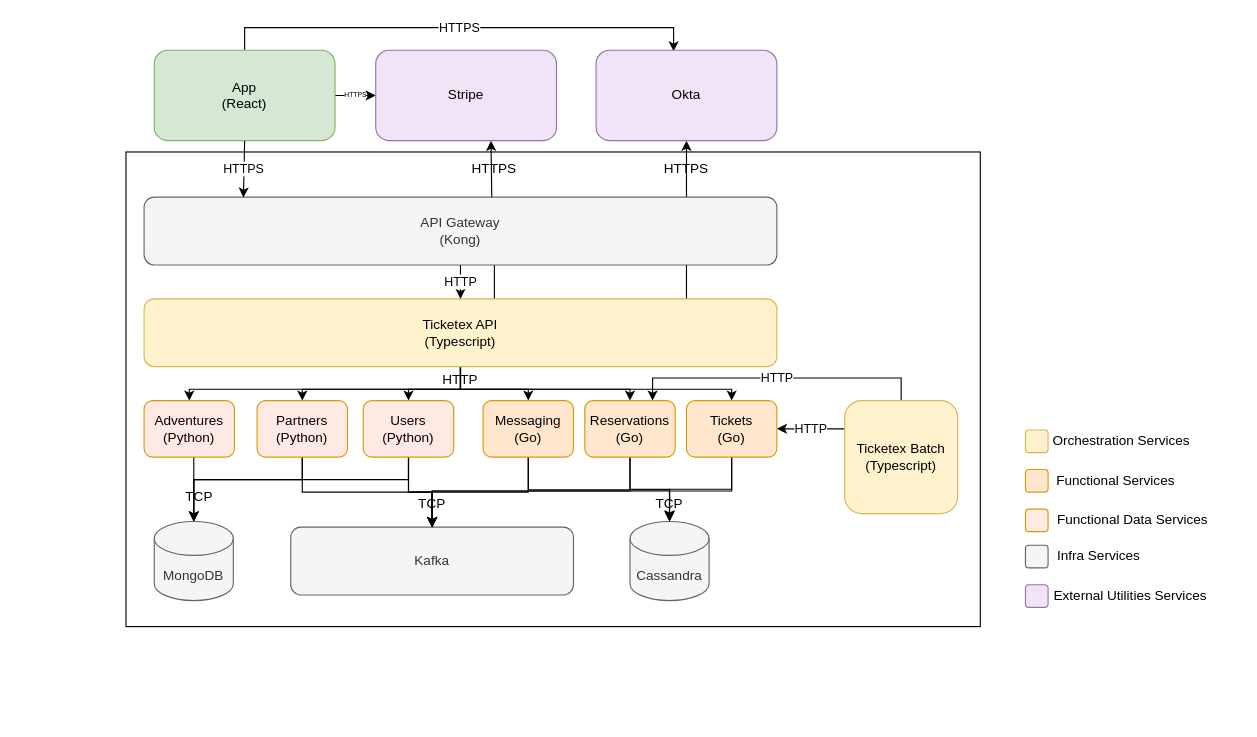
The draw.io diagram page "Arch (Low)" (3 of 4) of docs/arch.drawio in andrescosta/ticketex, before the edit. Source tidied: cells renumbered, new cells numbered last; positions are measured from the earlier drawing's top-left corner, leaving out a move shared by most shapes. Both pictures are drawn from the tidied source at 113%, with x=0, y=0 at pixel (125, 27).
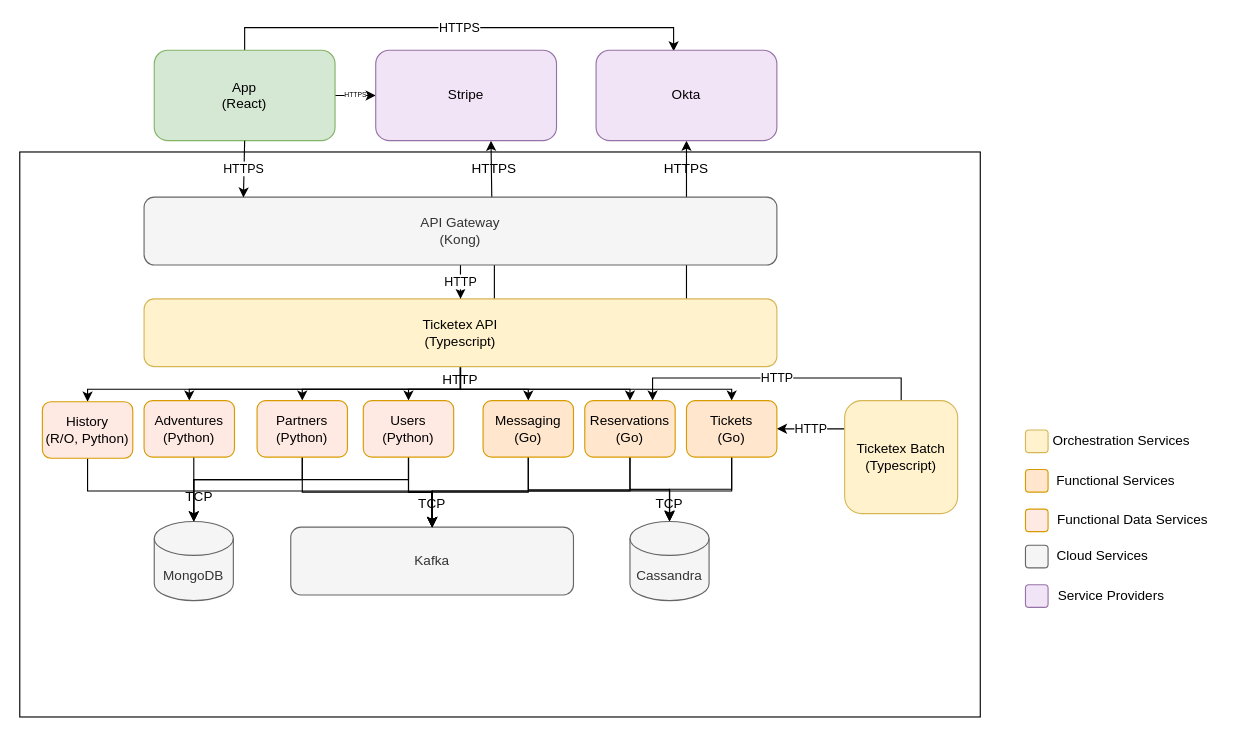
Above is the later version.

Unchanged cells that the change refers to:
```xml
<mxCell id="12" value="Kafka" style="rounded=1;whiteSpace=wrap;html=1;fillColor=#f5f5f5;strokeColor=#666666;fontColor=#333333;" parent="1" vertex="1">
  <mxGeometry x="145.8" y="442" width="250.2" height="60" as="geometry" />
</mxCell>
<mxCell id="58" style="group;" parent="1" vertex="1">
  <mxGeometry x="796" y="456" width="173" height="30" as="geometry" />
</mxCell>
```

Diff of the diagram source:
```diff
@@
     <mxCell id="2" style="rounded=0;whiteSpace=wrap;html=1;" parent="1" vertex="1">
-      <mxGeometry y="110" width="756" height="420" as="geometry" />
+      <mxGeometry x="-94" y="110" width="850" height="500" as="geometry" />
     </mxCell>
@@
+    <mxCell id="67" style="edgeStyle=orthogonalEdgeStyle;rounded=0;jettySize=auto;html=1;" parent="1" edge="1" target="69">
+      <mxGeometry relative="1" as="geometry">
+        <mxPoint x="296" y="299" as="sourcePoint" />
+        <Array as="points">
+          <mxPoint x="296" y="320" />
+          <mxPoint x="-34" y="320" />
+        </Array>
+      </mxGeometry>
+    </mxCell>
@@
-    <mxCell id="55" style="group;" parent="1" vertex="1">
-      <mxGeometry x="796" y="421" width="120" height="30" as="geometry" />
-    </mxCell>
-    <mxCell id="56" style="rounded=1;whiteSpace=wrap;html=1;fillColor=#f5f5f5;strokeColor=#666666;fontColor=#333333;" parent="55" vertex="1">
-      <mxGeometry y="37" width="20" height="20" as="geometry" />
-    </mxCell>
-    <mxCell id="57" value="Infra Services" style="text;html=1;strokeColor=none;fillColor=none;align=center;verticalAlign=middle;whiteSpace=wrap;rounded=0;" parent="55" vertex="1">
-      <mxGeometry x="10" y="32" width="110" height="30" as="geometry" />
-    </mxCell>
@@
-    <mxCell id="60" value="External Utilities Services" style="text;html=1;strokeColor=none;fillColor=none;align=center;verticalAlign=middle;whiteSpace=wrap;rounded=0;" parent="58" vertex="1">
-      <mxGeometry x="13" y="32" width="160" height="30" as="geometry" />
+    <mxCell id="60" value="Service Providers" style="text;html=1;strokeColor=none;fillColor=none;align=left;verticalAlign=middle;whiteSpace=wrap;rounded=0;" parent="58" vertex="1">
+      <mxGeometry x="27" y="32" width="160" height="30" as="geometry" />
     </mxCell>
@@
+    <mxCell id="56" style="rounded=1;whiteSpace=wrap;html=1;fillColor=#f5f5f5;strokeColor=#666666;fontColor=#333333;" parent="1" vertex="1">
+      <mxGeometry x="796" y="458" width="20" height="20" as="geometry" />
+    </mxCell>
+    <mxCell id="57" value="Cloud Services" style="text;html=1;strokeColor=none;fillColor=none;align=left;verticalAlign=middle;whiteSpace=wrap;rounded=0;" parent="1" vertex="1">
+      <mxGeometry x="822" y="453" width="110" height="30" as="geometry" />
+    </mxCell>
+    <mxCell id="68" style="edgeStyle=orthogonalEdgeStyle;rounded=0;jettySize=auto;html=1;" parent="1" edge="1" source="69" target="12">
+      <mxGeometry relative="1" as="geometry">
+        <Array as="points">
+          <mxPoint x="-34" y="410" />
+          <mxPoint x="271" y="410" />
+        </Array>
+      </mxGeometry>
+    </mxCell>
+    <mxCell id="69" value="History&lt;br&gt;(R/O, Python)" style="rounded=1;whiteSpace=wrap;html=1;fillColor=#FFE9E3;strokeColor=#d79b00;" parent="1" vertex="1">
+      <mxGeometry x="-74" y="331" width="80" height="50" as="geometry" />
+    </mxCell>
```
